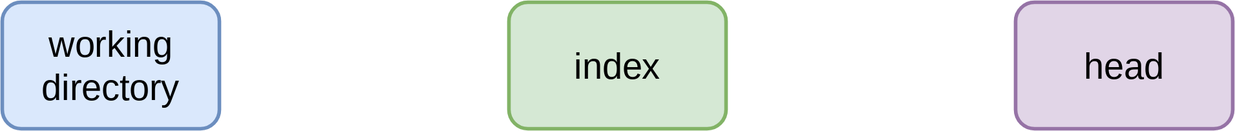
Earlier version of the draw.io export public/git-three-trees-overview.svg (tvannoy/intro-to-git). Source tidied: cells renumbered, new cells last; positions are measured from the earlier drawing's top-left corner, leaving out a move shared by most shapes. Source of this version:
```xml
<mxGraphModel>
  <root>
    <mxCell id="0" />
    <mxCell id="1" parent="0" />
    <mxCell id="2" value="&lt;font face=&quot;Source Sans Pro&quot; style=&quot;font-size: 40px;&quot;&gt;working directory&lt;/font&gt;" style="rounded=1;whiteSpace=wrap;html=1;fillColor=#dae8fc;strokeColor=#6c8ebf;strokeWidth=4;fontSize=40;" parent="1" vertex="1">
      <mxGeometry width="240" height="140" as="geometry" />
    </mxCell>
    <mxCell id="3" value="&lt;font face=&quot;Source Sans Pro&quot; style=&quot;font-size: 40px;&quot;&gt;index&lt;/font&gt;" style="rounded=1;whiteSpace=wrap;html=1;fillColor=#d5e8d4;strokeColor=#82b366;strokeWidth=4;fontSize=40;" parent="1" vertex="1">
      <mxGeometry x="560" width="240" height="140" as="geometry" />
    </mxCell>
    <mxCell id="4" value="&lt;font face=&quot;Source Sans Pro&quot; style=&quot;font-size: 40px;&quot;&gt;head&lt;/font&gt;" style="rounded=1;whiteSpace=wrap;html=1;fillColor=#e1d5e7;strokeColor=#9673a6;strokeWidth=4;fontSize=40;" parent="1" vertex="1">
      <mxGeometry x="1120" width="240" height="140" as="geometry" />
    </mxCell>
  </root>
</mxGraphModel>
```
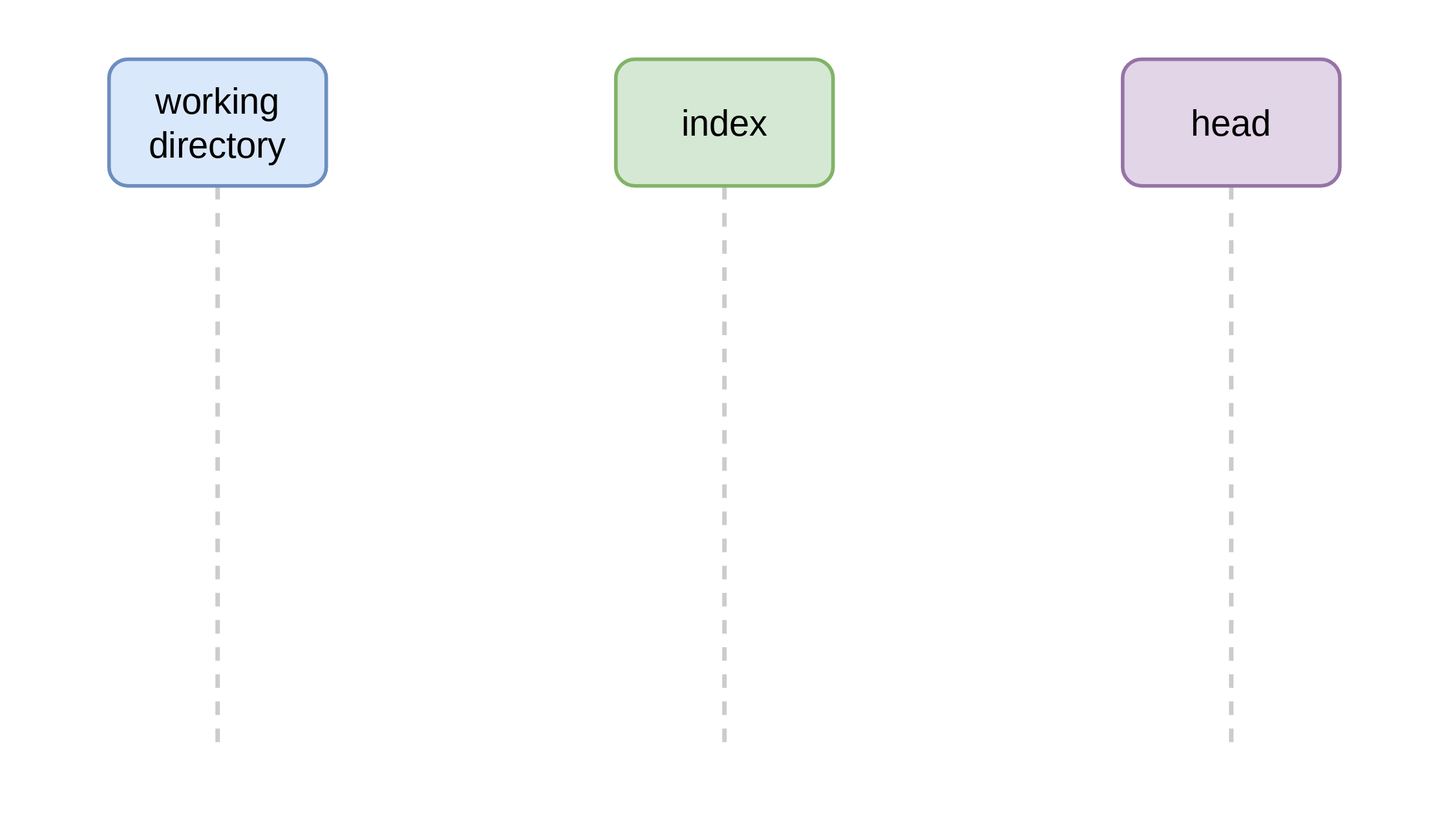
After the commit.

Diff of the diagram source:
```diff
@@ -2,12 +2,27 @@
   <root>
     <mxCell id="0" />
     <mxCell id="1" parent="0" />
+    <mxCell id="5" style="edgeStyle=orthogonalEdgeStyle;rounded=0;jettySize=auto;html=1;exitX=0.5;exitY=1;exitDx=0;exitDy=0;labelBackgroundColor=none;strokeColor=#CCCCCC;strokeWidth=5;fontFamily=Source Sans Pro;fontSource=https%3A%2F%2Ffonts.googleapis.com%2Fcss%3Ffamily%3DSource%2BSans%2BPro;fontSize=40;startArrow=none;endArrow=none;endFill=0;fillColor=#999999;startFill=0;dashed=1;" parent="1" edge="1" source="2">
+      <mxGeometry relative="1" as="geometry">
+        <mxPoint x="120" y="760" as="targetPoint" />
+      </mxGeometry>
+    </mxCell>
     <mxCell id="2" value="&lt;font face=&quot;Source Sans Pro&quot; style=&quot;font-size: 40px;&quot;&gt;working directory&lt;/font&gt;" style="rounded=1;whiteSpace=wrap;html=1;fillColor=#dae8fc;strokeColor=#6c8ebf;strokeWidth=4;fontSize=40;" parent="1" vertex="1">
       <mxGeometry width="240" height="140" as="geometry" />
     </mxCell>
+    <mxCell id="6" style="edgeStyle=orthogonalEdgeStyle;rounded=0;jettySize=auto;html=1;exitX=0.5;exitY=1;exitDx=0;exitDy=0;dashed=1;labelBackgroundColor=none;strokeColor=#CCCCCC;strokeWidth=5;fontFamily=Source Sans Pro;fontSource=https%3A%2F%2Ffonts.googleapis.com%2Fcss%3Ffamily%3DSource%2BSans%2BPro;fontSize=40;startArrow=none;startFill=0;endArrow=none;endFill=0;fillColor=#999999;" parent="1" edge="1" source="3">
+      <mxGeometry relative="1" as="geometry">
+        <mxPoint x="680" y="760" as="targetPoint" />
+      </mxGeometry>
+    </mxCell>
     <mxCell id="3" value="&lt;font face=&quot;Source Sans Pro&quot; style=&quot;font-size: 40px;&quot;&gt;index&lt;/font&gt;" style="rounded=1;whiteSpace=wrap;html=1;fillColor=#d5e8d4;strokeColor=#82b366;strokeWidth=4;fontSize=40;" parent="1" vertex="1">
       <mxGeometry x="560" width="240" height="140" as="geometry" />
     </mxCell>
+    <mxCell id="7" style="edgeStyle=orthogonalEdgeStyle;rounded=0;jettySize=auto;html=1;exitX=0.5;exitY=1;exitDx=0;exitDy=0;dashed=1;labelBackgroundColor=none;strokeColor=#CCCCCC;strokeWidth=5;fontFamily=Source Sans Pro;fontSource=https%3A%2F%2Ffonts.googleapis.com%2Fcss%3Ffamily%3DSource%2BSans%2BPro;fontSize=40;startArrow=none;startFill=0;endArrow=none;endFill=0;fillColor=#999999;" parent="1" edge="1" source="4">
+      <mxGeometry relative="1" as="geometry">
+        <mxPoint x="1240" y="770" as="targetPoint" />
+      </mxGeometry>
+    </mxCell>
     <mxCell id="4" value="&lt;font face=&quot;Source Sans Pro&quot; style=&quot;font-size: 40px;&quot;&gt;head&lt;/font&gt;" style="rounded=1;whiteSpace=wrap;html=1;fillColor=#e1d5e7;strokeColor=#9673a6;strokeWidth=4;fontSize=40;" parent="1" vertex="1">
       <mxGeometry x="1120" width="240" height="140" as="geometry" />
     </mxCell>
```
